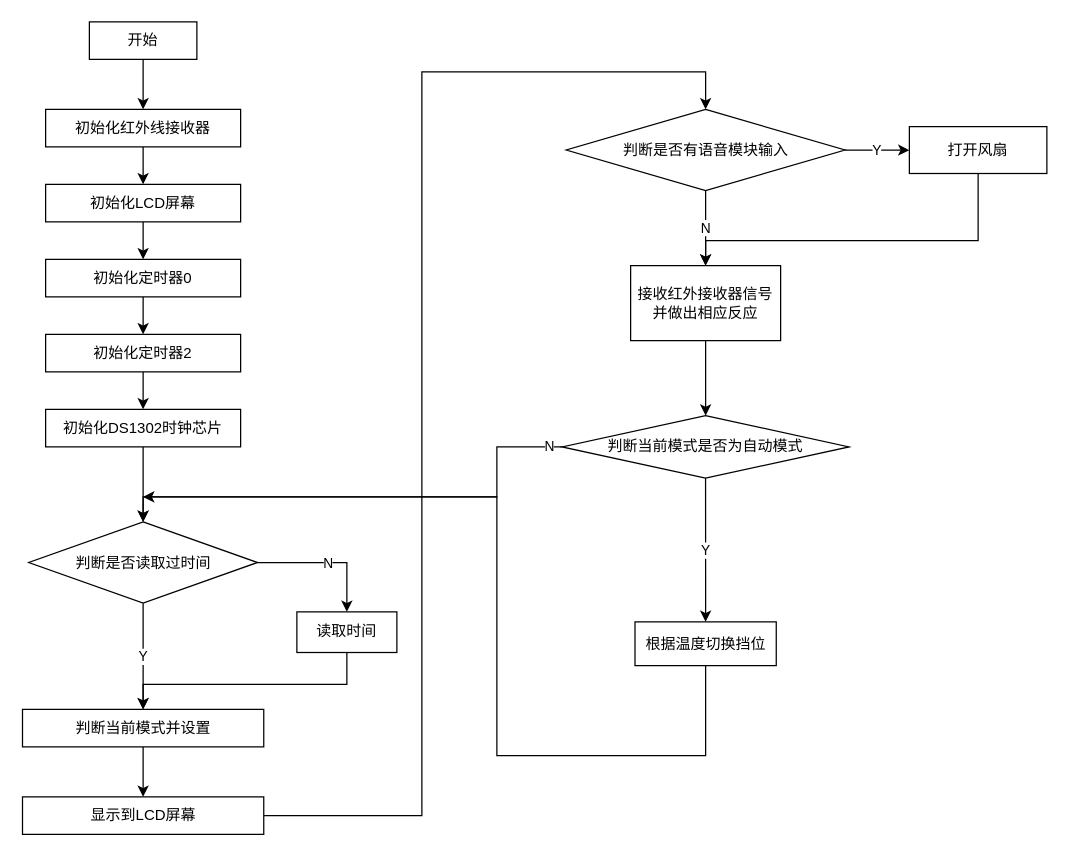
wxydejoy/cdn keeps this draw.io diagram as 未命名绘图.drawio. Above is the earlier version. Source tidied: cells renumbered, new cells numbered last; positions are measured from the earlier drawing's top-left corner, leaving out a move shared by most shapes. Both pictures are drawn from the tidied source at 125%, with x=0, y=0 at pixel (21, 21).
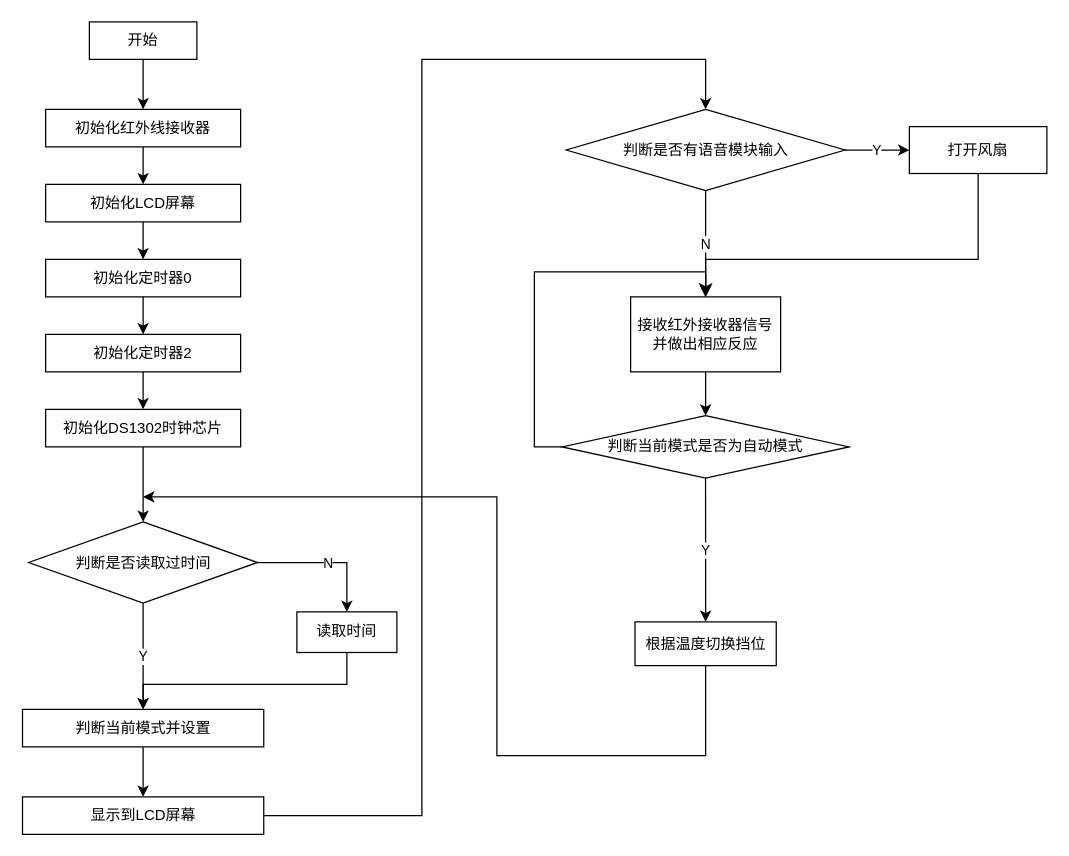
After the change.

Commit message (it also covers changes not shown here):
更新未命名绘图.drawio

Unchanged cells that the change refers to:
```xml
<mxCell id="16" value="判断是否读取过时间" style="rhombus;whiteSpace=wrap;html=1;rounded=0;" parent="1" vertex="1">
  <mxGeometry x="5.5" y="400" width="183" height="65" as="geometry" />
</mxCell>
<mxCell id="22" value="显示到LCD屏幕" style="rounded=0;whiteSpace=wrap;html=1;" parent="1" vertex="1">
  <mxGeometry x="0.5" y="620" width="193" height="30" as="geometry" />
</mxCell>
<mxCell id="25" value="判断是否有语音模块输入" style="rhombus;whiteSpace=wrap;html=1;rounded=0;" parent="1" vertex="1">
  <mxGeometry x="435.5" y="70" width="223" height="65" as="geometry" />
</mxCell>
<mxCell id="27" value="打开风扇" style="whiteSpace=wrap;html=1;rounded=0;" parent="1" vertex="1">
  <mxGeometry x="710" y="83.8" width="110" height="37.5" as="geometry" />
</mxCell>
<mxCell id="31" value="判断当前模式是否为自动模式" style="rhombus;whiteSpace=wrap;html=1;rounded=0;" parent="1" vertex="1">
  <mxGeometry x="432.2" y="315" width="229.5" height="50" as="geometry" />
</mxCell>
```

The edit, as a diff of the source:
```diff
@@
     <mxCell id="21" style="edgeStyle=orthogonalEdgeStyle;rounded=0;jettySize=auto;html=1;" parent="1" edge="1" source="22" target="25">
       <mxGeometry relative="1" as="geometry">
         <Array as="points">
           <mxPoint x="320" y="635" />
-          <mxPoint x="320" y="40" />
-          <mxPoint x="547" y="40" />
+          <mxPoint x="320" y="30" />
+          <mxPoint x="547" y="30" />
         </Array>
       </mxGeometry>
     </mxCell>
@@
     <mxCell id="26" style="edgeStyle=orthogonalEdgeStyle;rounded=0;jettySize=auto;html=1;entryX=0.5;entryY=0;entryDx=0;entryDy=0;" parent="1" edge="1" source="27" target="29">
       <mxGeometry relative="1" as="geometry">
         <Array as="points">
-          <mxPoint x="765" y="175" />
-          <mxPoint x="547" y="175" />
+          <mxPoint x="765" y="190" />
+          <mxPoint x="547" y="190" />
         </Array>
       </mxGeometry>
     </mxCell>
@@
     <mxCell id="29" value="接收红外接收器信号并做出相应反应" style="whiteSpace=wrap;html=1;rounded=0;" parent="1" vertex="1">
-      <mxGeometry x="487" y="195" width="120" height="60" as="geometry" />
+      <mxGeometry x="487" y="220" width="120" height="60" as="geometry" />
     </mxCell>
-    <mxCell id="30" value="N" style="edgeStyle=orthogonalEdgeStyle;rounded=0;jettySize=auto;html=1;entryX=0.5;entryY=0;entryDx=0;entryDy=0;" parent="1" edge="1" source="31" target="16">
-      <mxGeometry x="-0.95" relative="1" as="geometry">
-        <Array as="points">
-          <mxPoint x="380" y="340" />
-          <mxPoint x="380" y="380" />
-          <mxPoint x="97" y="380" />
-        </Array>
-      </mxGeometry>
-    </mxCell>
+    <mxCell id="35" style="edgeStyle=orthogonalEdgeStyle;rounded=0;jettySize=auto;html=1;fontSize=12;startSize=8;endSize=8;entryX=0.5;entryY=0;entryDx=0;entryDy=0;" parent="1" edge="1" source="31" target="29">
+      <mxGeometry relative="1" as="geometry">
+        <Array as="points">
+          <mxPoint x="410" y="340" />
+          <mxPoint x="410" y="200" />
+          <mxPoint x="547" y="200" />
+        </Array>
+      </mxGeometry>
+    </mxCell>
```
